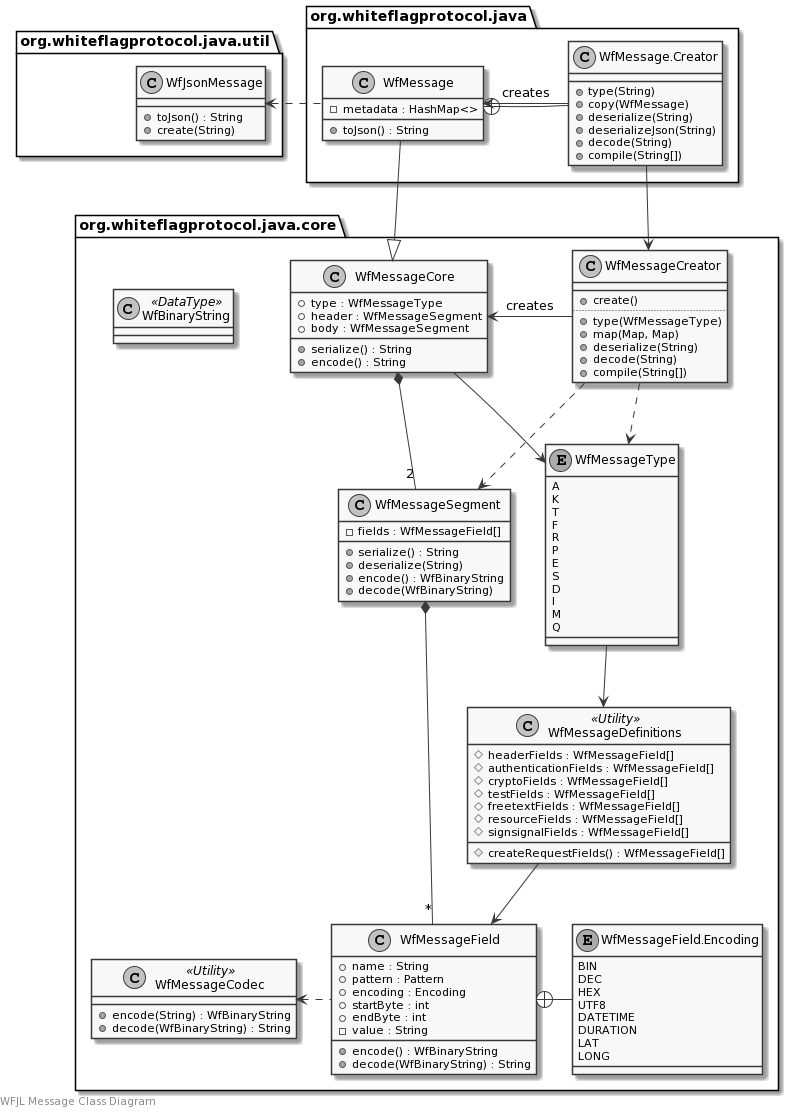
The PlantUML diagram docs/uml/messages.png in WhiteflagProtocol/whiteflag-java, before a commit.
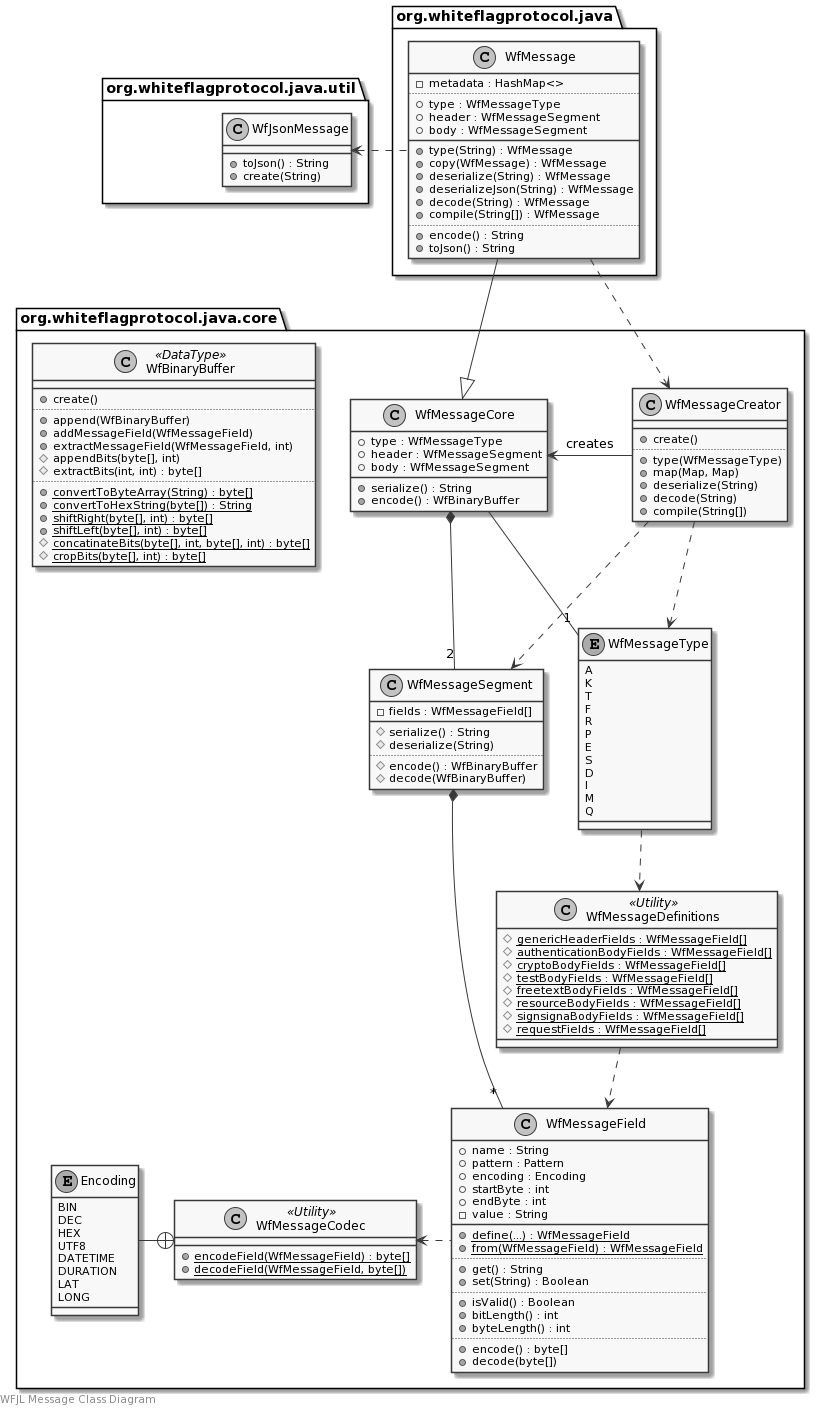
Above is the later version.

What changed in the source:
```diff
@@ -9,14 +9,16 @@
         +header : WfMessageSegment
         +body : WfMessageSegment
         +serialize() : String
-        +encode() : String
+        +encode() : WfBinaryBuffer
     }
     class WfMessageSegment {
         -fields : WfMessageField[]
-        +serialize() : String
-        +deserialize(String)
-        +encode() : WfBinaryString
-        +decode(WfBinaryString)
+        __
+        #serialize() : String
+        #deserialize(String)
+        ..
+        #encode() : WfBinaryBuffer
+        #decode(WfBinaryBuffer)
     }
     class WfMessageField {
         +name : String
@@ -25,18 +27,19 @@
         +startByte : int
         +endByte : int
         -value : String
-        +encode() : WfBinaryString
-        +decode(WfBinaryString) : String
-    }
-    enum WfMessageField.Encoding {
-        BIN
-        DEC
-        HEX
-        UTF8
-        DATETIME
-        DURATION
-        LAT
-        LONG
+        __
+        {static} +define(...) : WfMessageField
+        {static} +from(WfMessageField) : WfMessageField
+        ..
+        +get() : String
+        +set(String) : Boolean
+        ..
+        +isValid() : Boolean
+        +bitLength() : int
+        +byteLength() : int
+        ..
+        +encode() : byte[]
+        +decode(byte[])
     }
     class WfMessageCreator {
         __
@@ -63,20 +66,46 @@
         Q
     }
     class WfMessageDefinitions <<Utility>> {
-        #headerFields : WfMessageField[]
-        #authenticationFields : WfMessageField[]
-        #cryptoFields : WfMessageField[]
-        #testFields : WfMessageField[]
-        #freetextFields : WfMessageField[]
-        #resourceFields : WfMessageField[]
-        #signsignalFields : WfMessageField[]
-        #createRequestFields() : WfMessageField[]
+        {static} #genericHeaderFields : WfMessageField[]
+        {static} #authenticationBodyFields : WfMessageField[]
+        {static} #cryptoBodyFields : WfMessageField[]
+        {static} #testBodyFields : WfMessageField[]
+        {static} #freetextBodyFields : WfMessageField[]
+        {static} #resourceBodyFields : WfMessageField[]
+        {static} #signsignaBodyFields : WfMessageField[]
+        {static} #requestFields : WfMessageField[]
     }
     class WfMessageCodec <<Utility>> {
-        +encode(String) : WfBinaryString
-        +decode(WfBinaryString) : String
+        {static} +encodeField(WfMessageField) : byte[]
+        {static} +decodeField(WfMessageField, byte[])
     }
-    class WfBinaryString <<DataType>>
+    enum Encoding {
+        BIN
+        DEC
+        HEX
+        UTF8
+        DATETIME
+        DURATION
+        LAT
+        LONG
+    }
+    class WfBinaryBuffer <<DataType>> {
+        __
+        +create()
+        ..
+        +append(WfBinaryBuffer)
+        +addMessageField(WfMessageField)
+        +extractMessageField(WfMessageField, int)
+        #appendBits(byte[], int)
+        #extractBits(int, int) : byte[]
+        ..
+        {static} +convertToByteArray(String) : byte[]
+        {static} +convertToHexString(byte[]) : String
+        {static} +shiftRight(byte[], int) : byte[]
+        {static} +shiftLeft(byte[], int) : byte[]
+        {static} #concatinateBits(byte[], int, byte[], int) : byte[]
+        {static} #cropBits(byte[], int) : byte[]
+    }
 }
 
 package org.whiteflagprotocol.java.util {
@@ -89,35 +118,38 @@
 package org.whiteflagprotocol.java {
     class WfMessage {
         -metadata : HashMap<>
+        ..
+        +type : WfMessageType
+        +header : WfMessageSegment
+        +body : WfMessageSegment
+        __
+        +type(String) : WfMessage
+        +copy(WfMessage) : WfMessage
+        +deserialize(String) : WfMessage
+        +deserializeJson(String) : WfMessage
+        +decode(String) : WfMessage
+        +compile(String[]) : WfMessage
+        ..
+        +encode() : String
         +toJson() : String
-    }
-    class WfMessage.Creator {
-        +type(String)
-        +copy(WfMessage)
-        +deserialize(String)
-        +deserializeJson(String)
-        +decode(String)
-        +compile(String[])
     }
 }
 
 WfJsonMessage <. WfMessage
 
 WfMessage --|> WfMessageCore
-WfMessage +- WfMessage.Creator
-WfMessage <- WfMessage.Creator: creates
-WfMessage.Creator --> WfMessageCreator
+WfMessage ..> WfMessageCreator
 
-WfMessageCore --> WfMessageType
+WfMessageCore -- "1" WfMessageType
 WfMessageCore *-- "2" WfMessageSegment
 WfMessageSegment *-- "*" WfMessageField
-WfMessageField +- WfMessageField.Encoding
 WfMessageCodec <. WfMessageField
+Encoding -+ WfMessageCodec
 
-WfMessageCreator -> WfMessageCore: creates
+WfMessageCore <- WfMessageCreator: creates
 WfMessageCreator ..> WfMessageType
 WfMessageCreator ..> WfMessageSegment
 
-WfMessageType --> WfMessageDefinitions
-WfMessageDefinitions --> WfMessageField
+WfMessageType ..> WfMessageDefinitions
+WfMessageDefinitions ..> WfMessageField
 @enduml
```
